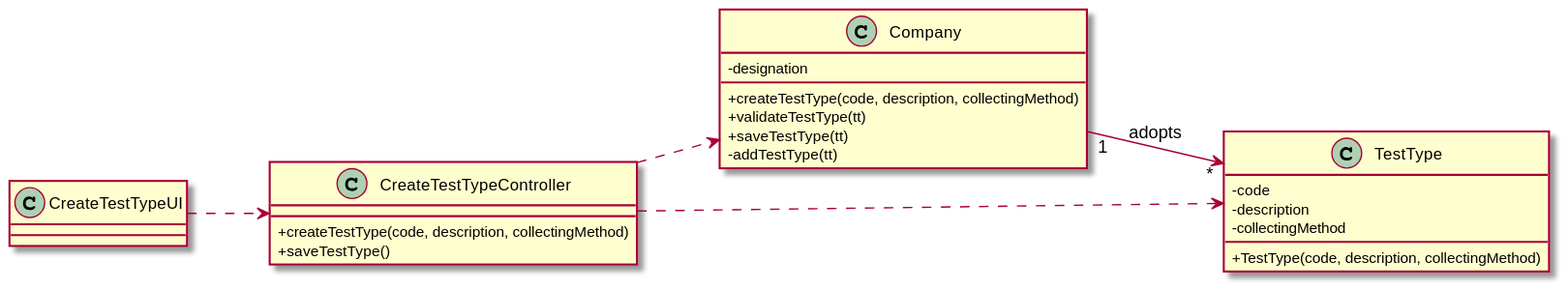
0franciscor/lei-21-s2-1de-g19 keeps this PlantUML diagram as docs/SprintB/US09/US09-CD.svg. Above is the earlier version.
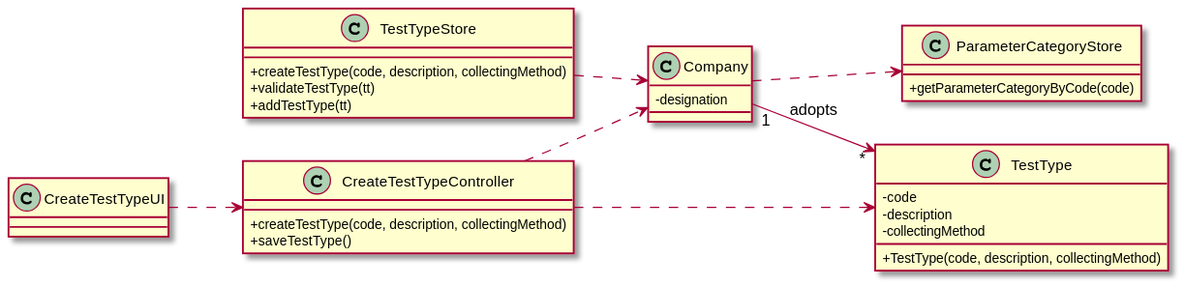
After the commit.

Diff of the diagram source:
```diff
@@ -4,10 +4,16 @@
 
 class "Company" as C {
 -designation
+}
+
+class "TestTypeStore" as TTS{
 +createTestType(code, description, collectingMethod)
 +validateTestType(tt)
-+saveTestType(tt)
--addTestType(tt)
++addTestType(tt)
+}
+
+class "ParameterCategoryStore" as PCS{
++getParameterCategoryByCode(code)
 }
 
 class "TestType" as TT {
@@ -25,7 +31,10 @@
 class "CreateTestTypeUI" as CTTUI
 class "TestType" as TT
 class "CreateTestTypeController" as CTTC
+
 CTTUI ..> CTTC
+C ..> PCS
+TTS ..> C
 CTTC ..> TT
 CTTC ..> C
 C "1" --> "*" TT : adopts
```
